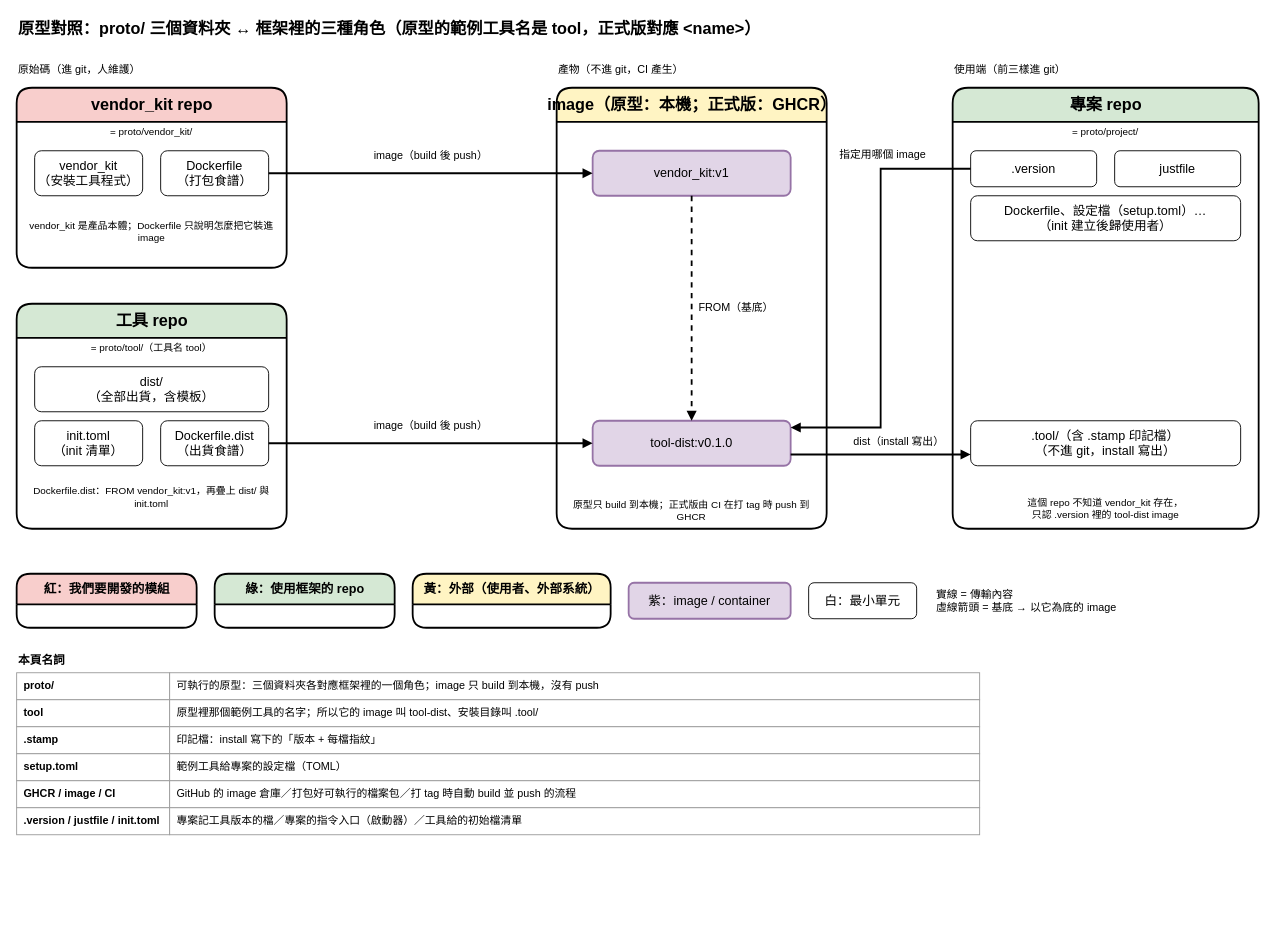
Earlier version of the draw.io diagram page "6. 原型對照" (6 of 7) of dist_distribution.drawio (ycpss91255-research/vendor_kit). Source tidied: cells renumbered, new cells numbered last; positions are measured from the earlier drawing's top-left corner, leaving out a move shared by most shapes. Both pictures are drawn from the tidied source at 90%, with x=0, y=0 at pixel (16, 15).
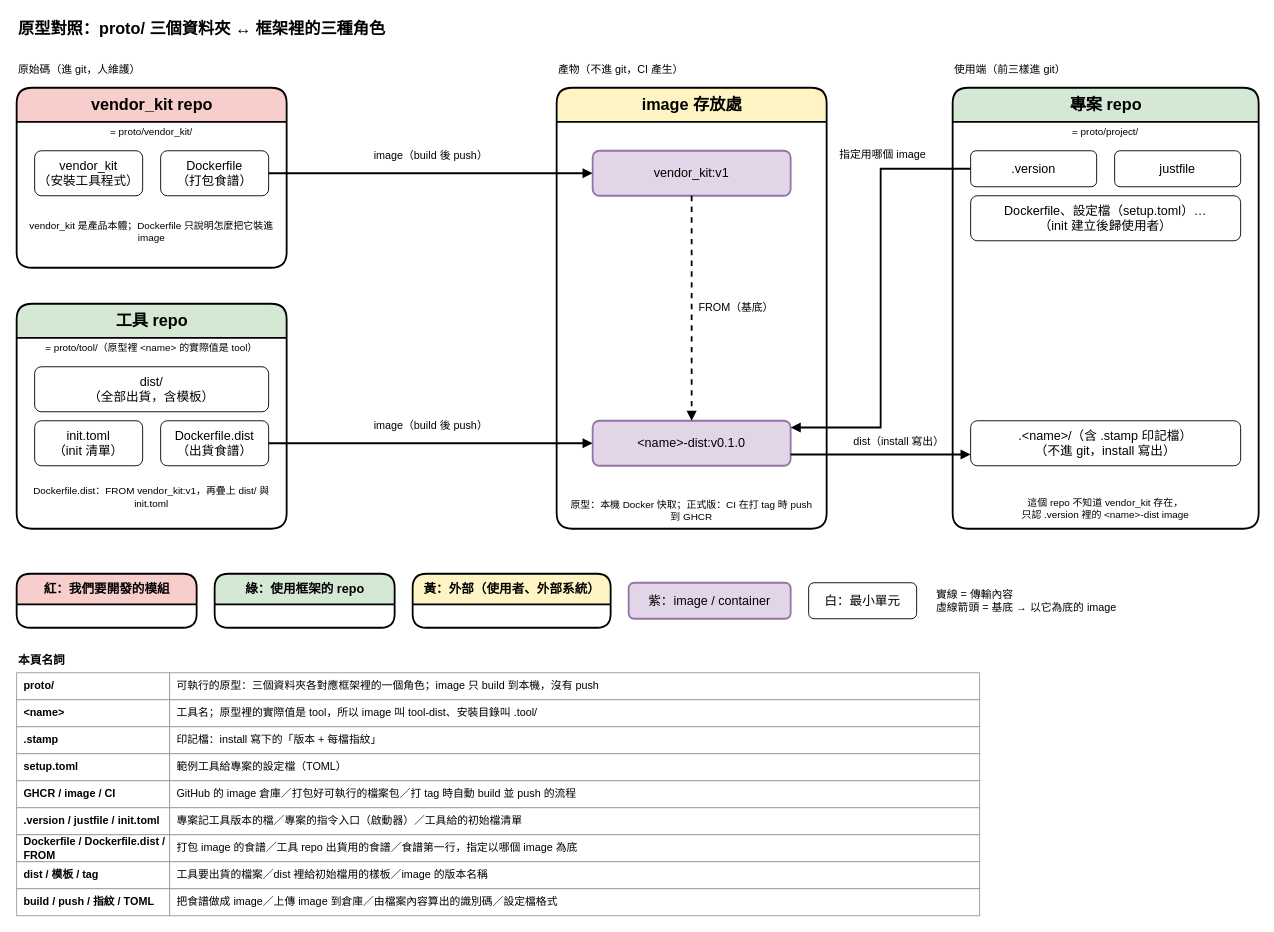
Above is the later version.

Commit message (it also covers changes not shown here):
docs(drawio): 第二輪雙軌審查修正；雙向箭頭拆線；新增第 7 頁 repo 結構與測試分層

- 頁 1：a9/a12 拆成單向兩條（不同資料不共用雙向箭頭）
- 頁 3：日常／升級泳道重疊修正；分支標籤與說明對齊；verify 線路重排
- 頁 5：兩條回線改經「繼續下一項」合流框
- 頁 6：image 存放處標題、<name> 命名、名詞表
- 頁 7：repo 目錄（src 7 模組、test tool-first）→ Dockerfile stage → 強制閘門

Unchanged cells that the change refers to:
```xml
<mxCell id="11" value="工具 repo" style="swimlane;html=1;rounded=1;startSize=38;fontStyle=1;fontSize=18;fillColor=#d5e8d4;swimlaneFillColor=#ffffff;strokeColor=#000000;strokeWidth=2;" parent="1" vertex="1">
  <mxGeometry y="320" width="300" height="250" as="geometry" />
</mxCell>
<mxCell id="21" value="專案 repo" style="swimlane;html=1;rounded=1;startSize=38;fontStyle=1;fontSize=18;fillColor=#d5e8d4;swimlaneFillColor=#ffffff;strokeColor=#000000;strokeWidth=2;" parent="1" vertex="1">
  <mxGeometry x="1040" y="80" width="340" height="490" as="geometry" />
</mxCell>
```

The edit, as a diff of the source:
```diff
@@
-    <mxCell id="2" value="原型對照：proto/ 三個資料夾 ↔ 框架裡的三種角色（原型的範例工具名是 tool，正式版對應 &amp;lt;name&amp;gt;）" style="text;html=1;fontSize=18;fontStyle=1;align=left;verticalAlign=middle;" parent="1" vertex="1">
-      <mxGeometry width="1300" height="30" as="geometry" />
+    <mxCell id="2" value="原型對照：proto/ 三個資料夾 ↔ 框架裡的三種角色" style="text;html=1;fontSize=18;fontStyle=1;align=left;verticalAlign=middle;" parent="1" vertex="1">
+      <mxGeometry width="900" height="30" as="geometry" />
     </mxCell>
@@
-    <mxCell id="12" value="= proto/tool/（工具名 tool）" style="text;html=1;whiteSpace=wrap;align=center;verticalAlign=middle;fontSize=11;strokeColor=none;fillColor=none;" parent="11" vertex="1">
+    <mxCell id="12" value="= proto/tool/（原型裡 &amp;lt;name&amp;gt; 的實際值是 tool）" style="text;html=1;whiteSpace=wrap;align=center;verticalAlign=middle;fontSize=11;strokeColor=none;fillColor=none;" parent="11" vertex="1">
       <mxGeometry x="10" y="40" width="280" height="18" as="geometry" />
     </mxCell>
@@
-    <mxCell id="17" value="image（原型：本機；正式版：GHCR）" style="swimlane;html=1;rounded=1;startSize=38;fontStyle=1;fontSize=18;fillColor=#FFF4C3;swimlaneFillColor=#ffffff;strokeColor=#000000;strokeWidth=2;" parent="1" vertex="1">
+    <mxCell id="17" value="image 存放處" style="swimlane;html=1;rounded=1;startSize=38;fontStyle=1;fontSize=18;fillColor=#FFF4C3;swimlaneFillColor=#ffffff;strokeColor=#000000;strokeWidth=2;" parent="1" vertex="1">
       <mxGeometry x="600" y="80" width="300" height="490" as="geometry" />
     </mxCell>
@@
-    <mxCell id="19" value="tool-dist:v0.1.0" style="rounded=1;whiteSpace=wrap;html=1;fillColor=#e1d5e7;strokeColor=#9673a6;fontSize=14;strokeWidth=2;" parent="17" vertex="1">
+    <mxCell id="19" value="&amp;lt;name&amp;gt;-dist:v0.1.0" style="rounded=1;whiteSpace=wrap;html=1;fillColor=#e1d5e7;strokeColor=#9673a6;fontSize=14;strokeWidth=2;" parent="17" vertex="1">
       <mxGeometry x="40" y="370" width="220" height="50" as="geometry" />
     </mxCell>
-    <mxCell id="20" value="原型只 build 到本機；正式版由 CI 在打 tag 時 push 到 GHCR" style="text;html=1;whiteSpace=wrap;align=center;verticalAlign=middle;fontSize=11;strokeColor=none;fillColor=none;" parent="17" vertex="1">
+    <mxCell id="20" value="原型：本機 Docker 快取；正式版：CI 在打 tag 時 push 到 GHCR" style="text;html=1;whiteSpace=wrap;align=center;verticalAlign=middle;fontSize=11;strokeColor=none;fillColor=none;" parent="17" vertex="1">
       <mxGeometry x="10" y="450" width="280" height="40" as="geometry" />
     </mxCell>
@@
-    <mxCell id="26" value=".tool/（含 .stamp 印記檔）&lt;br&gt;（不進 git，install 寫出）" style="rounded=1;whiteSpace=wrap;html=1;fillColor=#ffffff;strokeColor=light-dark(#000000,#9577A3);fontSize=14;strokeWidth=1;" parent="21" vertex="1">
+    <mxCell id="26" value=".&amp;lt;name&amp;gt;/（含 .stamp 印記檔）&lt;br&gt;（不進 git，install 寫出）" style="rounded=1;whiteSpace=wrap;html=1;fillColor=#ffffff;strokeColor=light-dark(#000000,#9577A3);fontSize=14;strokeWidth=1;" parent="21" vertex="1">
       <mxGeometry x="20" y="370" width="300" height="50" as="geometry" />
     </mxCell>
-    <mxCell id="27" value="這個 repo 不知道 vendor_kit 存在，&lt;br&gt;只認 .version 裡的 tool-dist image" style="text;html=1;whiteSpace=wrap;align=center;verticalAlign=middle;fontSize=11;strokeColor=none;fillColor=none;" parent="21" vertex="1">
+    <mxCell id="27" value="這個 repo 不知道 vendor_kit 存在，&lt;br&gt;只認 .version 裡的 &amp;lt;name&amp;gt;-dist image" style="text;html=1;whiteSpace=wrap;align=center;verticalAlign=middle;fontSize=11;strokeColor=none;fillColor=none;" parent="21" vertex="1">
       <mxGeometry x="10" y="450" width="320" height="36" as="geometry" />
     </mxCell>
@@
-    <mxCell id="42" value="tool" style="rounded=0;whiteSpace=wrap;html=1;fillColor=#ffffff;strokeColor=#999999;fontSize=12;fontStyle=1;align=left;spacingLeft=6;strokeWidth=1;" parent="1" vertex="1">
+    <mxCell id="42" value="&amp;lt;name&amp;gt;" style="rounded=0;whiteSpace=wrap;html=1;fillColor=#ffffff;strokeColor=#999999;fontSize=12;fontStyle=1;align=left;spacingLeft=6;strokeWidth=1;" parent="1" vertex="1">
       <mxGeometry y="760" width="170" height="30" as="geometry" />
     </mxCell>
-    <mxCell id="43" value="原型裡那個範例工具的名字；所以它的 image 叫 tool-dist、安裝目錄叫 .tool/" style="rounded=0;whiteSpace=wrap;html=1;fillColor=#ffffff;strokeColor=#999999;fontSize=12;align=left;spacingLeft=6;strokeWidth=1;" parent="1" vertex="1">
+    <mxCell id="43" value="工具名；原型裡的實際值是 tool，所以 image 叫 tool-dist、安裝目錄叫 .tool/" style="rounded=0;whiteSpace=wrap;html=1;fillColor=#ffffff;strokeColor=#999999;fontSize=12;align=left;spacingLeft=6;strokeWidth=1;" parent="1" vertex="1">
       <mxGeometry x="170" y="760" width="900" height="30" as="geometry" />
     </mxCell>
@@
+    <mxCell id="52" value="Dockerfile / Dockerfile.dist / FROM" style="rounded=0;whiteSpace=wrap;html=1;fillColor=#ffffff;strokeColor=#999999;fontSize=12;fontStyle=1;align=left;spacingLeft=6;strokeWidth=1;" parent="1" vertex="1">
+      <mxGeometry y="910" width="170" height="30" as="geometry" />
+    </mxCell>
+    <mxCell id="53" value="打包 image 的食譜／工具 repo 出貨用的食譜／食譜第一行，指定以哪個 image 為底" style="rounded=0;whiteSpace=wrap;html=1;fillColor=#ffffff;strokeColor=#999999;fontSize=12;align=left;spacingLeft=6;strokeWidth=1;" parent="1" vertex="1">
+      <mxGeometry x="170" y="910" width="900" height="30" as="geometry" />
+    </mxCell>
+    <mxCell id="54" value="dist / 模板 / tag" style="rounded=0;whiteSpace=wrap;html=1;fillColor=#ffffff;strokeColor=#999999;fontSize=12;fontStyle=1;align=left;spacingLeft=6;strokeWidth=1;" parent="1" vertex="1">
+      <mxGeometry y="940" width="170" height="30" as="geometry" />
+    </mxCell>
+    <mxCell id="55" value="工具要出貨的檔案／dist 裡給初始檔用的樣板／image 的版本名稱" style="rounded=0;whiteSpace=wrap;html=1;fillColor=#ffffff;strokeColor=#999999;fontSize=12;align=left;spacingLeft=6;strokeWidth=1;" parent="1" vertex="1">
+      <mxGeometry x="170" y="940" width="900" height="30" as="geometry" />
+    </mxCell>
+    <mxCell id="56" value="build / push / 指紋 / TOML" style="rounded=0;whiteSpace=wrap;html=1;fillColor=#ffffff;strokeColor=#999999;fontSize=12;fontStyle=1;align=left;spacingLeft=6;strokeWidth=1;" parent="1" vertex="1">
+      <mxGeometry y="970" width="170" height="30" as="geometry" />
+    </mxCell>
+    <mxCell id="57" value="把食譜做成 image／上傳 image 到倉庫／由檔案內容算出的識別碼／設定檔格式" style="rounded=0;whiteSpace=wrap;html=1;fillColor=#ffffff;strokeColor=#999999;fontSize=12;align=left;spacingLeft=6;strokeWidth=1;" parent="1" vertex="1">
+      <mxGeometry x="170" y="970" width="900" height="30" as="geometry" />
+    </mxCell>
```
